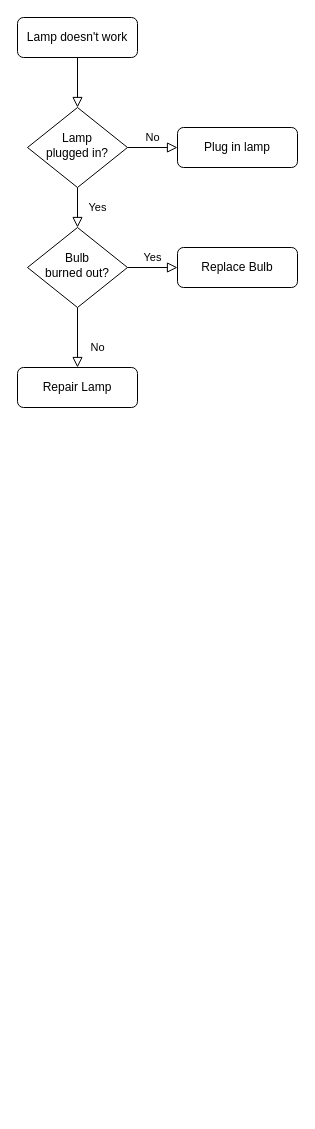
This is Untitled Diagram.drawio from xwkeke/MyGit, a draw.io file, before an edit. Source tidied: cells renumbered, new cells numbered last; positions are measured from the earlier drawing's top-left corner, leaving out a move shared by most shapes. Both pictures are drawn from the tidied source at 100%, with x=0, y=0 at pixel (17, 17).
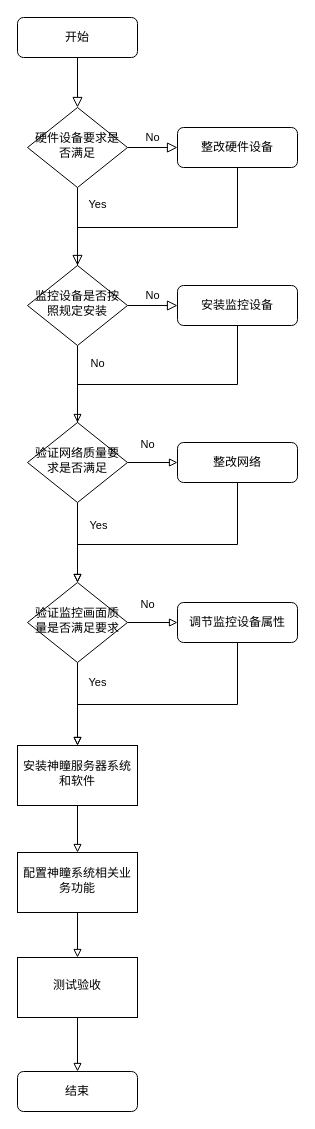
After the change.

The edit, as a diff of the source:
```diff
@@
-    <mxCell id="3" value="Lamp doesn't work" style="rounded=1;whiteSpace=wrap;html=1;fontSize=12;glass=0;strokeWidth=1;shadow=0;" parent="1" vertex="1">
+    <mxCell id="3" value="开始" style="rounded=1;whiteSpace=wrap;html=1;fontSize=12;glass=0;strokeWidth=1;shadow=0;" parent="1" vertex="1">
       <mxGeometry width="120" height="40" as="geometry" />
     </mxCell>
     <mxCell id="4" value="Yes" style="rounded=0;html=1;jettySize=auto;fontSize=11;endArrow=block;endFill=0;endSize=8;strokeWidth=1;shadow=0;labelBackgroundColor=none;edgeStyle=orthogonalEdgeStyle;" parent="1" edge="1" source="6" target="10">
-      <mxGeometry y="20" relative="1" as="geometry" />
+      <mxGeometry x="-0.56" y="20" relative="1" as="geometry" />
     </mxCell>
@@
-    <mxCell id="6" value="Lamp&lt;br&gt;plugged in?" style="rhombus;whiteSpace=wrap;html=1;shadow=0;fontFamily=Helvetica;fontSize=12;align=center;strokeWidth=1;spacing=6;spacingTop=-4;" parent="1" vertex="1">
+    <mxCell id="6" value="硬件设备要求是否满足" style="rhombus;whiteSpace=wrap;html=1;shadow=0;fontFamily=Helvetica;fontSize=12;align=center;strokeWidth=1;spacing=6;spacingTop=-4;" parent="1" vertex="1">
       <mxGeometry x="10" y="90" width="100" height="80" as="geometry" />
     </mxCell>
+    <mxCell id="13" style="edgeStyle=orthogonalEdgeStyle;rounded=0;jettySize=auto;html=1;endArrow=block;endFill=0;" parent="1" edge="1" source="7">
+      <mxGeometry relative="1" as="geometry">
+        <mxPoint x="60" y="260" as="targetPoint" />
+        <Array as="points">
+          <mxPoint x="220" y="210" />
+          <mxPoint x="60" y="210" />
+        </Array>
+      </mxGeometry>
+    </mxCell>
-    <mxCell id="7" value="Plug in lamp" style="rounded=1;whiteSpace=wrap;html=1;fontSize=12;glass=0;strokeWidth=1;shadow=0;" parent="1" vertex="1">
+    <mxCell id="7" value="整改硬件设备" style="rounded=1;whiteSpace=wrap;html=1;fontSize=12;glass=0;strokeWidth=1;shadow=0;" parent="1" vertex="1">
       <mxGeometry x="160" y="110" width="120" height="40" as="geometry" />
     </mxCell>
-    <mxCell id="8" value="No" style="rounded=0;html=1;jettySize=auto;fontSize=11;endArrow=block;endFill=0;endSize=8;strokeWidth=1;shadow=0;labelBackgroundColor=none;edgeStyle=orthogonalEdgeStyle;" parent="1" edge="1" source="10" target="11">
-      <mxGeometry x="0.33" y="20" relative="1" as="geometry" />
-    </mxCell>
-    <mxCell id="9" value="Yes" style="edgeStyle=orthogonalEdgeStyle;rounded=0;html=1;jettySize=auto;fontSize=11;endArrow=block;endFill=0;endSize=8;strokeWidth=1;shadow=0;labelBackgroundColor=none;" parent="1" edge="1" source="10" target="12">
+    <mxCell id="9" value="No" style="edgeStyle=orthogonalEdgeStyle;rounded=0;html=1;jettySize=auto;fontSize=11;endArrow=block;endFill=0;endSize=8;strokeWidth=1;shadow=0;labelBackgroundColor=none;" parent="1" edge="1" source="10" target="12">
       <mxGeometry y="10" relative="1" as="geometry" />
     </mxCell>
+    <mxCell id="14" value="No" style="edgeStyle=orthogonalEdgeStyle;rounded=0;jettySize=auto;html=1;endArrow=block;endFill=0;" parent="1" edge="1" source="10" target="19">
+      <mxGeometry x="-0.52" y="20" relative="1" as="geometry" />
+    </mxCell>
-    <mxCell id="10" value="Bulb&lt;br&gt;burned out?" style="rhombus;whiteSpace=wrap;html=1;shadow=0;fontFamily=Helvetica;fontSize=12;align=center;strokeWidth=1;spacing=6;spacingTop=-4;" parent="1" vertex="1">
-      <mxGeometry x="10" y="210" width="100" height="80" as="geometry" />
+    <mxCell id="10" value="监控设备是否按照规定安装" style="rhombus;whiteSpace=wrap;html=1;shadow=0;fontFamily=Helvetica;fontSize=12;align=center;strokeWidth=1;spacing=6;spacingTop=-4;" parent="1" vertex="1">
+      <mxGeometry x="10" y="248" width="100" height="80" as="geometry" />
     </mxCell>
-    <mxCell id="11" value="Repair Lamp" style="rounded=1;whiteSpace=wrap;html=1;fontSize=12;glass=0;strokeWidth=1;shadow=0;" parent="1" vertex="1">
-      <mxGeometry y="350" width="120" height="40" as="geometry" />
-    </mxCell>
+    <mxCell id="15" style="edgeStyle=orthogonalEdgeStyle;rounded=0;jettySize=auto;html=1;endArrow=block;endFill=0;" parent="1" edge="1" source="12">
+      <mxGeometry relative="1" as="geometry">
+        <mxPoint x="60" y="417" as="targetPoint" />
+        <Array as="points">
+          <mxPoint x="220" y="367" />
+          <mxPoint x="60" y="367" />
+        </Array>
+      </mxGeometry>
+    </mxCell>
-    <mxCell id="12" value="Replace Bulb" style="rounded=1;whiteSpace=wrap;html=1;fontSize=12;glass=0;strokeWidth=1;shadow=0;" parent="1" vertex="1">
-      <mxGeometry x="160" y="230" width="120" height="40" as="geometry" />
+    <mxCell id="12" value="安装监控设备" style="rounded=1;whiteSpace=wrap;html=1;fontSize=12;glass=0;strokeWidth=1;shadow=0;" parent="1" vertex="1">
+      <mxGeometry x="160" y="268" width="120" height="40" as="geometry" />
     </mxCell>
+    <mxCell id="16" value="No" style="edgeStyle=orthogonalEdgeStyle;rounded=0;jettySize=auto;html=1;endArrow=block;endFill=0;" parent="1" edge="1" source="19" target="21">
+      <mxGeometry x="-0.2" y="18" relative="1" as="geometry" />
+    </mxCell>
+    <mxCell id="17" style="edgeStyle=orthogonalEdgeStyle;rounded=0;jettySize=auto;html=1;endArrow=block;endFill=0;" parent="1" edge="1" source="19" target="24">
+      <mxGeometry relative="1" as="geometry" />
+    </mxCell>
+    <mxCell id="18" value="Yes" style="edgeLabel;html=1;align=center;verticalAlign=middle;" parent="17" vertex="1">
+      <mxGeometry x="-0.3" relative="1" as="geometry">
+        <mxPoint x="20" y="-6" as="offset" />
+      </mxGeometry>
+    </mxCell>
+    <mxCell id="19" value="验证网络质量要求是否满足" style="rhombus;whiteSpace=wrap;html=1;shadow=0;fontFamily=Helvetica;fontSize=12;align=center;strokeWidth=1;spacing=6;spacingTop=-4;" parent="1" vertex="1">
+      <mxGeometry x="10" y="405" width="100" height="80" as="geometry" />
+    </mxCell>
+    <mxCell id="20" style="edgeStyle=orthogonalEdgeStyle;rounded=0;jettySize=auto;html=1;entryX=0.5;entryY=0;entryDx=0;entryDy=0;endArrow=block;endFill=0;" parent="1" edge="1" source="21" target="24">
+      <mxGeometry relative="1" as="geometry">
+        <Array as="points">
+          <mxPoint x="220" y="527" />
+          <mxPoint x="60" y="527" />
+        </Array>
+      </mxGeometry>
+    </mxCell>
+    <mxCell id="21" value="整改网络" style="rounded=1;whiteSpace=wrap;html=1;fontSize=12;glass=0;strokeWidth=1;shadow=0;" parent="1" vertex="1">
+      <mxGeometry x="160" y="425" width="120" height="40" as="geometry" />
+    </mxCell>
+    <mxCell id="22" value="No" style="edgeStyle=orthogonalEdgeStyle;rounded=0;jettySize=auto;html=1;endArrow=block;endFill=0;" parent="1" edge="1" source="24" target="26">
+      <mxGeometry x="-0.2" y="18" relative="1" as="geometry" />
+    </mxCell>
+    <mxCell id="23" value="Yes" style="edgeStyle=orthogonalEdgeStyle;rounded=0;jettySize=auto;html=1;endArrow=block;endFill=0;" parent="1" edge="1" source="24" target="28">
+      <mxGeometry x="-0.51" y="20" relative="1" as="geometry" />
+    </mxCell>
+    <mxCell id="24" value="验证监控画面质量是否满足要求" style="rhombus;whiteSpace=wrap;html=1;shadow=0;fontFamily=Helvetica;fontSize=12;align=center;strokeWidth=1;spacing=6;spacingTop=-4;" parent="1" vertex="1">
+      <mxGeometry x="10" y="565" width="100" height="80" as="geometry" />
+    </mxCell>
+    <mxCell id="25" style="edgeStyle=orthogonalEdgeStyle;rounded=0;jettySize=auto;html=1;endArrow=block;endFill=0;" parent="1" edge="1" source="26" target="28">
+      <mxGeometry relative="1" as="geometry">
+        <Array as="points">
+          <mxPoint x="220" y="687" />
+          <mxPoint x="60" y="687" />
+        </Array>
+      </mxGeometry>
+    </mxCell>
+    <mxCell id="26" value="调节监控设备属性" style="rounded=1;whiteSpace=wrap;html=1;fontSize=12;glass=0;strokeWidth=1;shadow=0;" parent="1" vertex="1">
+      <mxGeometry x="160" y="585" width="120" height="40" as="geometry" />
+    </mxCell>
+    <mxCell id="27" style="edgeStyle=orthogonalEdgeStyle;rounded=0;jettySize=auto;html=1;endArrow=block;endFill=0;" parent="1" edge="1" source="28" target="30">
+      <mxGeometry relative="1" as="geometry" />
+    </mxCell>
+    <mxCell id="28" value="安装神瞳服务器系统和软件" style="whiteSpace=wrap;html=1;shadow=0;strokeWidth=1;spacing=6;spacingTop=-4;" parent="1" vertex="1">
+      <mxGeometry y="728" width="120" height="60" as="geometry" />
+    </mxCell>
+    <mxCell id="29" style="edgeStyle=orthogonalEdgeStyle;rounded=0;jettySize=auto;html=1;endArrow=block;endFill=0;" parent="1" edge="1" source="30" target="33">
+      <mxGeometry relative="1" as="geometry" />
+    </mxCell>
+    <mxCell id="30" value="配置神瞳系统相关业务功能" style="whiteSpace=wrap;html=1;shadow=0;strokeWidth=1;spacing=6;spacingTop=-4;" parent="1" vertex="1">
+      <mxGeometry y="835" width="120" height="60" as="geometry" />
+    </mxCell>
+    <mxCell id="31" value="结束" style="rounded=1;whiteSpace=wrap;html=1;fontSize=12;glass=0;strokeWidth=1;shadow=0;" parent="1" vertex="1">
+      <mxGeometry y="1054" width="120" height="40" as="geometry" />
+    </mxCell>
+    <mxCell id="32" style="edgeStyle=orthogonalEdgeStyle;rounded=0;jettySize=auto;html=1;endArrow=block;endFill=0;" parent="1" edge="1" source="33" target="31">
+      <mxGeometry relative="1" as="geometry" />
+    </mxCell>
+    <mxCell id="33" value="测试验收" style="whiteSpace=wrap;html=1;shadow=0;strokeWidth=1;spacing=6;spacingTop=-4;" parent="1" vertex="1">
+      <mxGeometry y="940" width="120" height="60" as="geometry" />
+    </mxCell>
```
